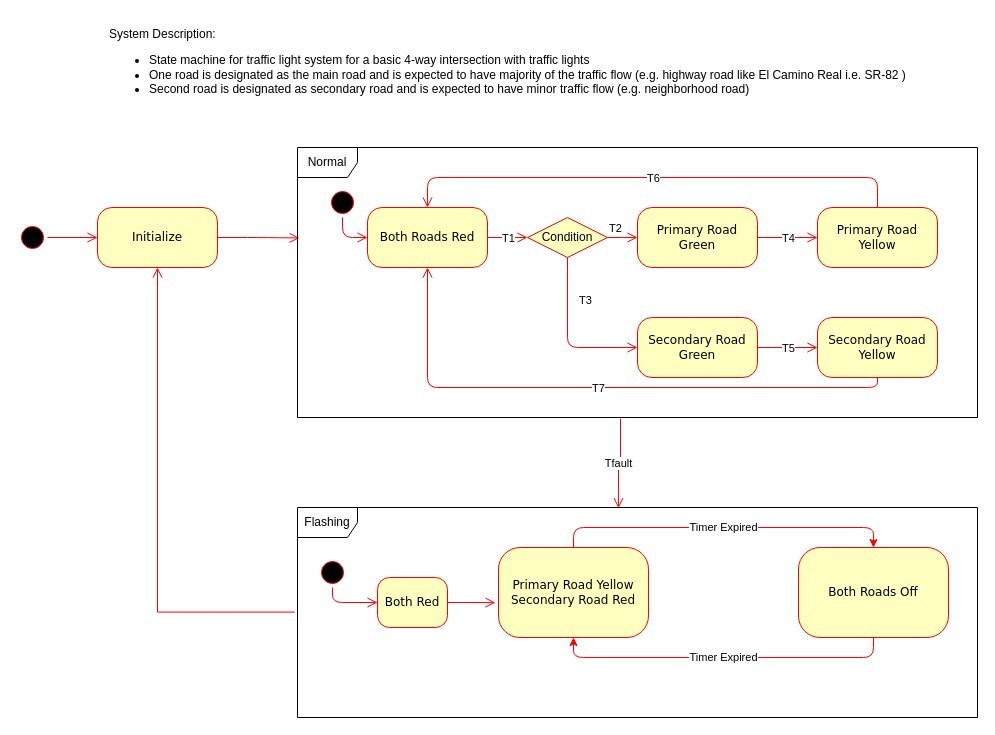
Before: page "Development" (1 of 2) of TrafficLight/Tiva_C_Launchpad/systemDesign/TrafficLightSystem.drawio in munadirahmed/embedded, a draw.io diagram. Source tidied: cells renumbered, new cells numbered last; positions are measured from the earlier drawing's top-left corner, leaving out a move shared by most shapes. Both pictures are drawn from the tidied source at 100%, with x=0, y=0 at pixel (17, 17).
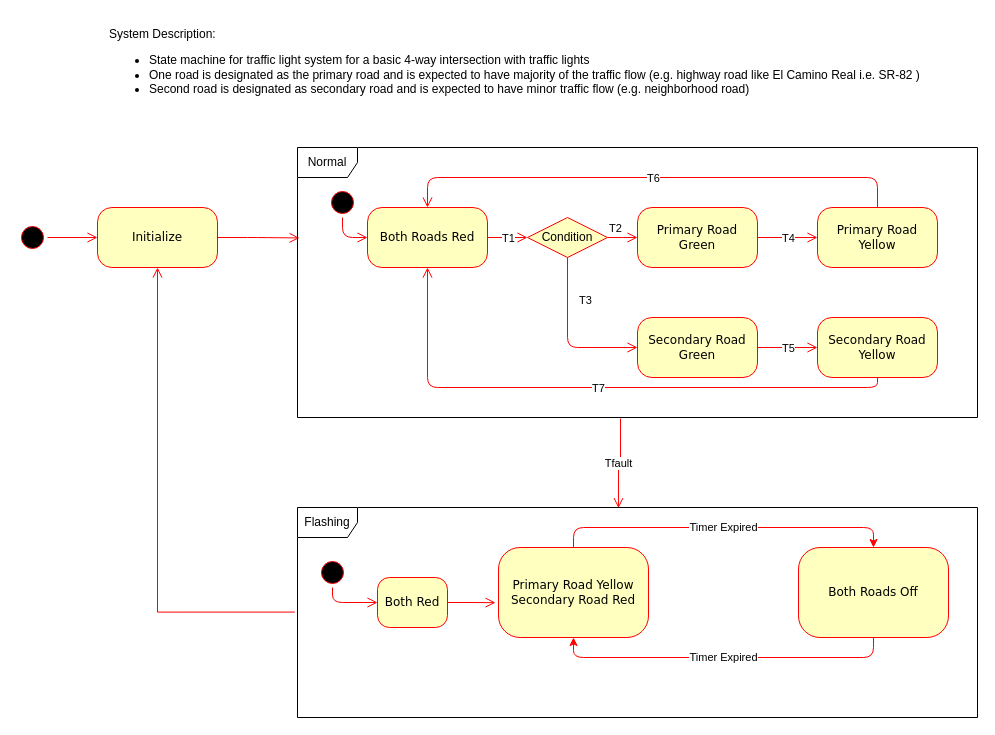
The same diagram, later.

Commit message (it also covers changes not shown here):
renamed main road to primary road to match code

Change to the diagram source:
```diff
@@
-    <mxCell id="6" value="System Description:&amp;nbsp;&lt;div&gt;&lt;ul&gt;&lt;li&gt;State machine for traffic light system for a basic 4-way intersection with traffic lights&lt;/li&gt;&lt;li&gt;One road is designated as the main road and is expected to have majority of the traffic flow (e.g. highway road like El Camino Real i.e. SR-82 )&lt;/li&gt;&lt;li&gt;Second road is designated as secondary road and is expected to have minor traffic flow (e.g. neighborhood road)&lt;/li&gt;&lt;/ul&gt;&lt;/div&gt;" style="text;html=1;align=left;verticalAlign=middle;whiteSpace=wrap;rounded=0;" parent="1" vertex="1">
-      <mxGeometry x="90" width="800" height="100" as="geometry" />
+    <mxCell id="6" value="System Description:&amp;nbsp;&lt;div&gt;&lt;ul&gt;&lt;li&gt;State machine for traffic light system for a basic 4-way intersection with traffic lights&lt;/li&gt;&lt;li&gt;One road is designated as the primary road and is expected to have majority of the traffic flow (e.g. highway road like El Camino Real i.e. SR-82 )&lt;/li&gt;&lt;li&gt;Second road is designated as secondary road and is expected to have minor traffic flow (e.g. neighborhood road)&lt;/li&gt;&lt;/ul&gt;&lt;/div&gt;" style="text;html=1;align=left;verticalAlign=middle;whiteSpace=wrap;rounded=0;" parent="1" vertex="1">
+      <mxGeometry x="90" width="850" height="100" as="geometry" />
     </mxCell>
```
